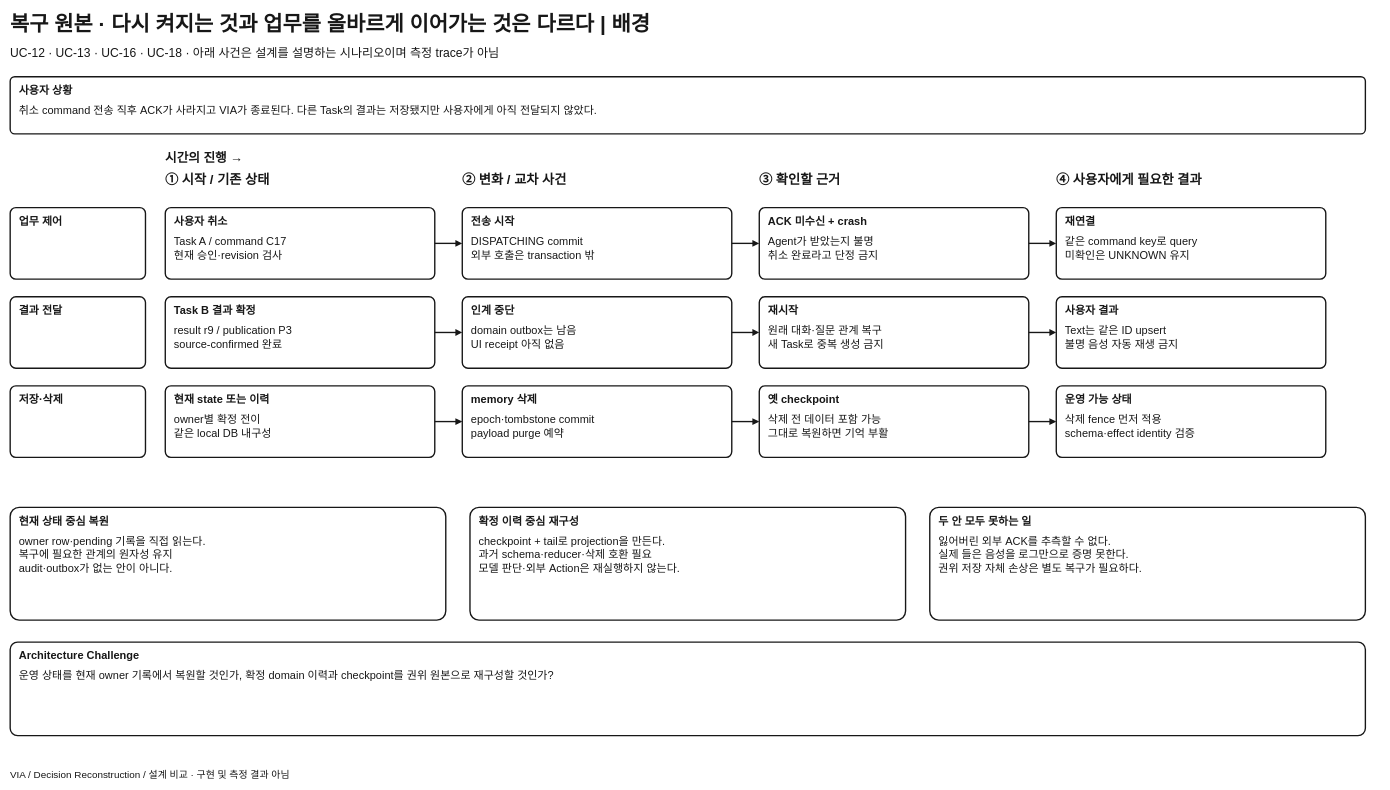
cbyche/via-sw-architecture keeps this draw.io diagram as docs/architecture/12-decisions/decision-packages/diagrams/recovery-state-source-background.drawio. Above is the earlier version. Source tidied: cells renumbered, new cells numbered last; positions are measured from the earlier drawing's top-left corner, leaving out a move shared by most shapes. Both pictures are drawn from the tidied source at 55%, with x=0, y=0 at pixel (10, 9).
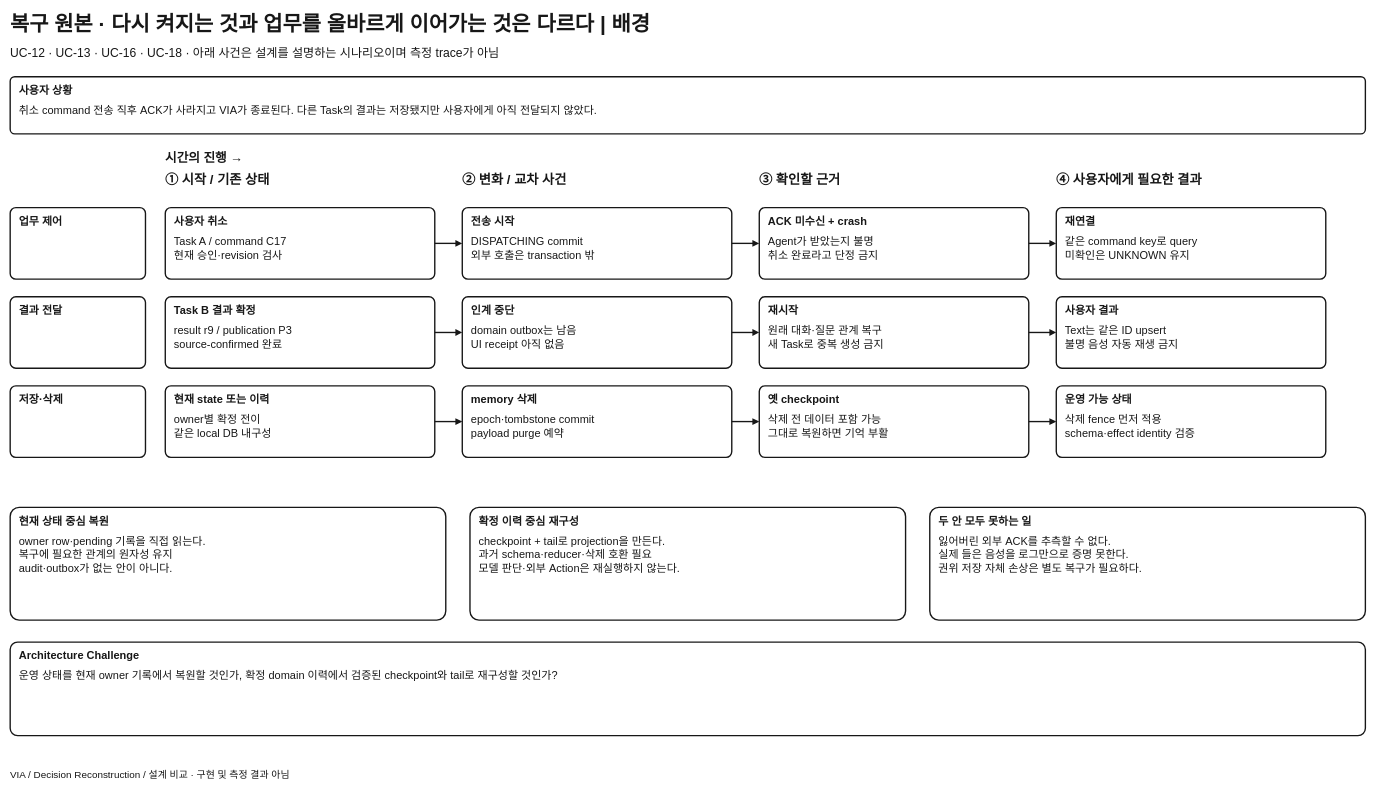
The same page after the edit.

Unchanged cells that the change refers to:
```xml
<mxCell id="2" style="rounded=1;arcSize=8;html=1;fillColor=#FFFFFF;strokeColor=#171717;strokeWidth=2.5;" parent="1" vertex="1">
  <mxGeometry y="1150" width="2464" height="170" as="geometry" />
</mxCell>
```

What changed in the source:
```diff
@@
-    <mxCell id="4" value="운영 상태를 현재 owner 기록에서 복원할 것인가, 확정 domain 이력과 checkpoint를 권위 원본으로 재구성할 것인가?" style="text;html=1;whiteSpace=nowrap;overflow=visible;strokeColor=none;fillColor=none;fontColor=#171717;fontSize=20;fontStyle=0;fontFamily=Arial;align=left;verticalAlign=top;spacing=0;" parent="2" vertex="1">
+    <mxCell id="4" value="운영 상태를 현재 owner 기록에서 복원할 것인가, 확정 domain 이력에서 검증된 checkpoint와 tail로 재구성할 것인가?" style="text;html=1;whiteSpace=nowrap;overflow=visible;strokeColor=none;fillColor=none;fontColor=#171717;fontSize=20;fontStyle=0;fontFamily=Arial;align=left;verticalAlign=top;spacing=0;" parent="2" vertex="1">
       <mxGeometry x="16" y="44" width="2432" height="27" as="geometry" />
     </mxCell>
```
